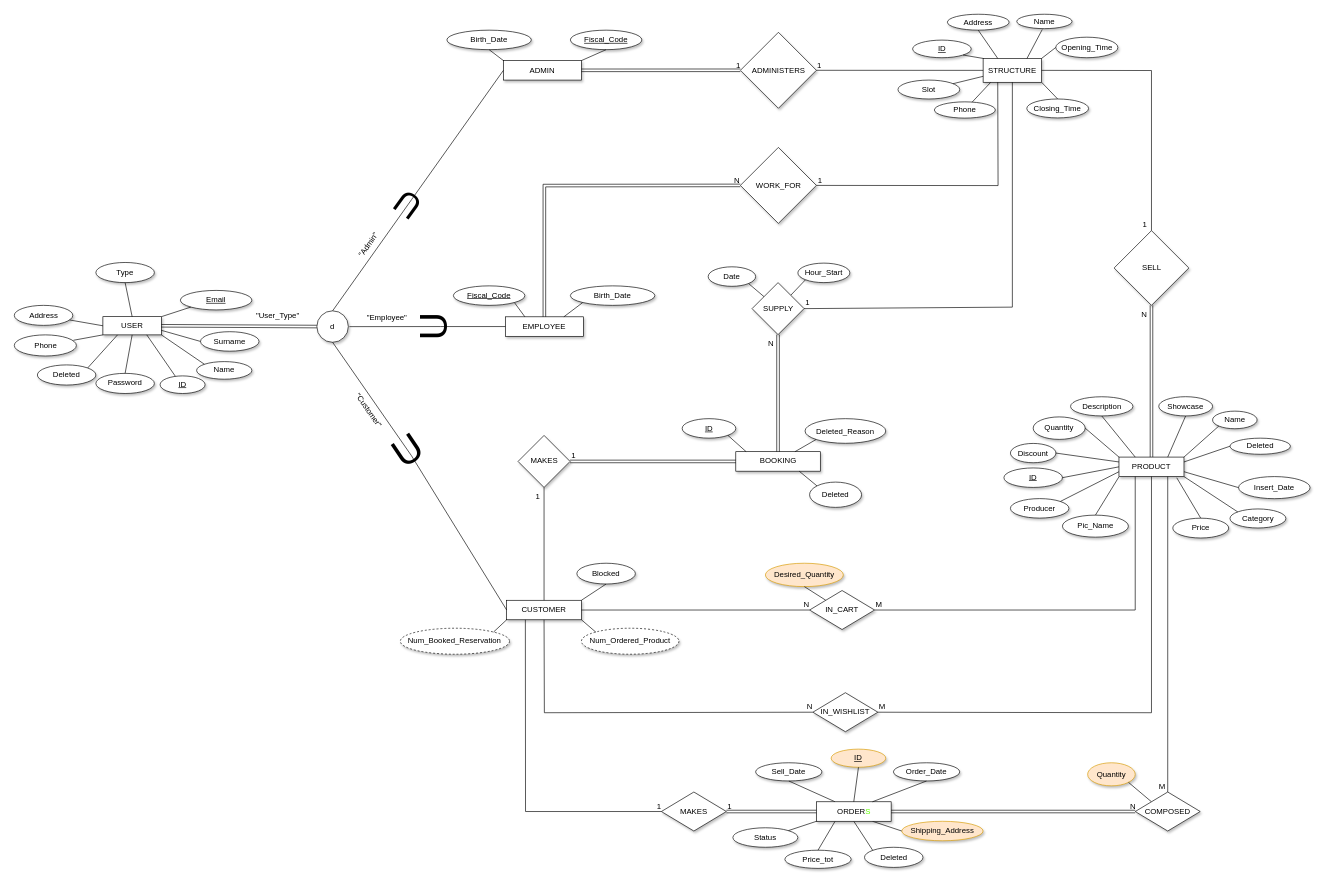
This is db/NEW_EER.drawio from lilpilgit/Barber, a draw.io file, before an edit. Source tidied: cells renumbered, new cells numbered last; positions are measured from the earlier drawing's top-left corner, leaving out a move shared by most shapes. Both pictures are drawn from the tidied source at 65%, with x=0, y=0 at pixel (14, 14).
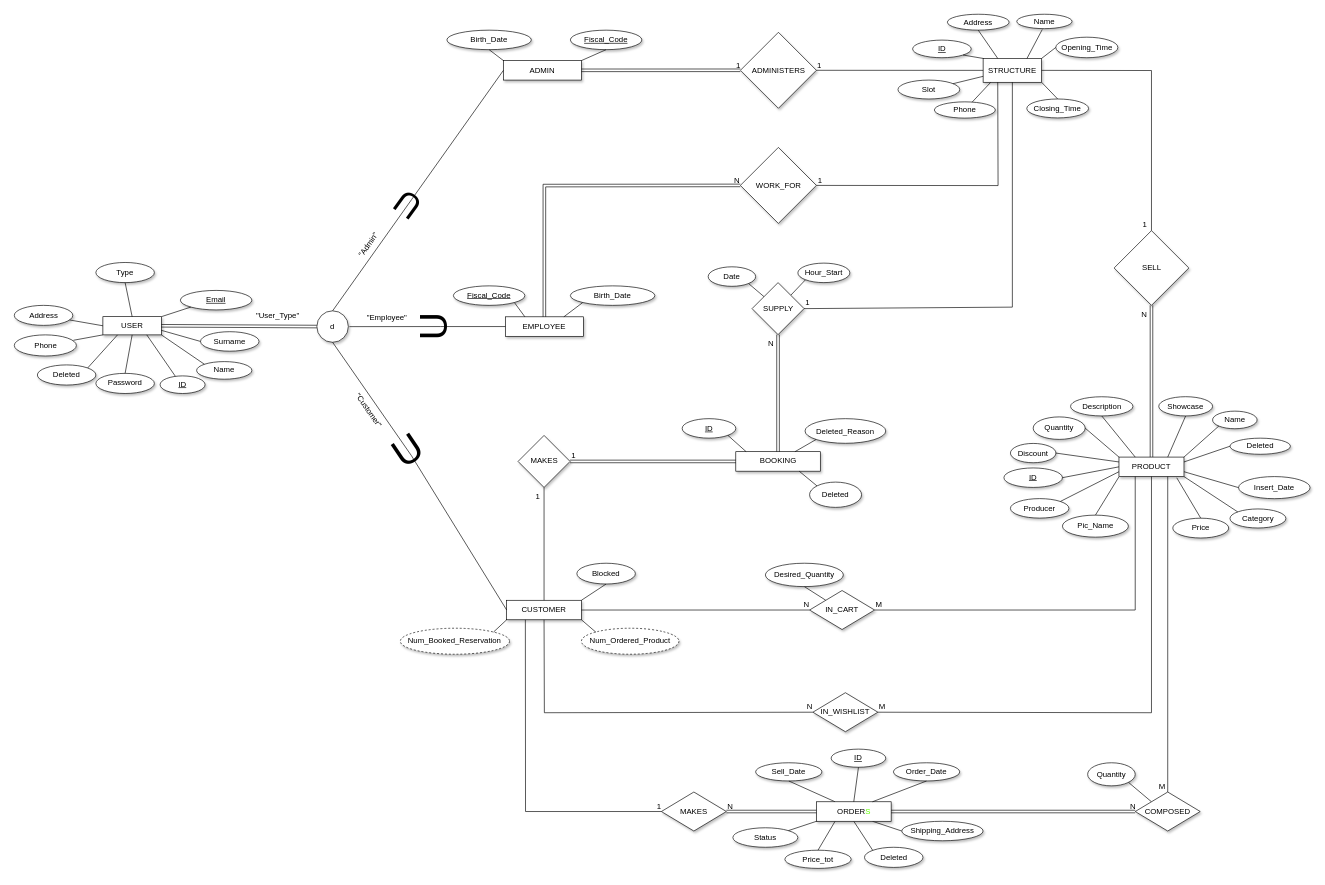
The same page after the edit.

The change refers to these unchanged cells:
```xml
<mxCell id="157" style="endArrow=none;html=1;rounded=0;entryX=1;entryY=0.5;entryDx=0;entryDy=0;exitX=0;exitY=0.5;exitDx=0;exitDy=0;shape=link;" parent="1" edge="1" source="152" target="154">
  <mxGeometry relative="1" as="geometry" />
</mxCell>
```

The edit, as a diff of the source:
```diff
@@
-    <mxCell id="138" value="Desired_Quantity" style="ellipse;whiteSpace=wrap;html=1;shadow=1;fillColor=#ffe6cc;strokeColor=#d79b00;" parent="1" vertex="1">
+    <mxCell id="138" value="Desired_Quantity" style="ellipse;whiteSpace=wrap;html=1;shadow=1;" parent="1" vertex="1">
       <mxGeometry x="1156" y="845" width="120" height="36" as="geometry" />
     </mxCell>
@@
-    <mxCell id="140" value="Quantity" style="ellipse;whiteSpace=wrap;html=1;shadow=1;fillColor=#ffe6cc;strokeColor=#d79b00;" parent="1" vertex="1">
+    <mxCell id="140" value="Quantity" style="ellipse;whiteSpace=wrap;html=1;shadow=1;" parent="1" vertex="1">
       <mxGeometry x="1651.8" y="1152" width="73.2" height="35.5" as="geometry" />
     </mxCell>
-    <mxCell id="141" value="Shipping_Address" style="ellipse;whiteSpace=wrap;html=1;shadow=1;fillColor=#ffe6cc;strokeColor=#d79b00;" parent="1" vertex="1">
+    <mxCell id="141" value="Shipping_Address" style="ellipse;whiteSpace=wrap;html=1;shadow=1;" parent="1" vertex="1">
       <mxGeometry x="1365.8" y="1242" width="125.2" height="30" as="geometry" />
     </mxCell>
@@
-    <mxCell id="158" value="1" style="html=1;align=left;verticalAlign=bottom;" parent="157" vertex="1">
+    <mxCell id="158" value="N" style="html=1;align=left;verticalAlign=bottom;" parent="157" vertex="1">
       <mxGeometry x="1" relative="1" as="geometry" />
     </mxCell>
@@
-    <mxCell id="164" value="&lt;u&gt;ID&lt;/u&gt;" style="ellipse;whiteSpace=wrap;html=1;shadow=1;fillColor=#ffe6cc;strokeColor=#d79b00;" parent="1" vertex="1">
+    <mxCell id="164" value="&lt;u&gt;ID&lt;/u&gt;" style="ellipse;whiteSpace=wrap;html=1;shadow=1;" parent="1" vertex="1">
       <mxGeometry x="1257.2" y="1131" width="84" height="27.9" as="geometry" />
     </mxCell>
```
